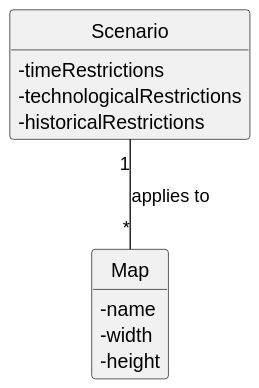
ivasduarte/all-aboard keeps this PlantUML diagram as docs/sprint2/us004/02.analysis/svg/us004-domain-model.svg. Above is the earlier version.
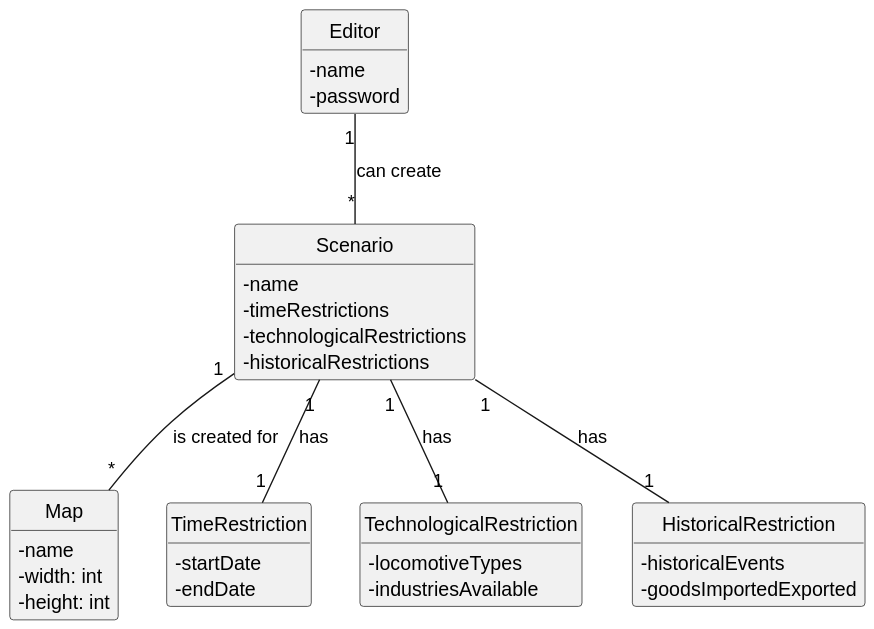
Later version of the same file.

Commit message:
US004(docs): update of DM: addition of classes

- addition of class Map
- addition of class TimeRestriction
- addition of class HistoricalRestriction
- addition of class TechnologicalRestriction

Diff of the diagram source:
```diff
@@ -2,15 +2,18 @@
 skinparam monochrome true
 skinparam packageStyle rectangle
 skinparam shadowing false
-
-
 skinparam classAttributeIconSize 0
 
 hide circle
 hide methods
 
+class Editor {
+  - name
+  - password
+}
 
 class Scenario {
+  - name
   - timeRestrictions
   - technologicalRestrictions
   - historicalRestrictions
@@ -18,9 +21,28 @@
 
 class Map {
   - name
-  - width
-  - height
+  - width: int
+  - height: int
 }
 
-Scenario "1" -- "*" Map : applies to
+class TimeRestriction {
+  - startDate
+  - endDate
+}
+
+class TechnologicalRestriction {
+  - locomotiveTypes
+  - industriesAvailable
+}
+
+class HistoricalRestriction {
+  - historicalEvents
+  - goodsImportedExported
+}
+
+Scenario "1" -- "*" Map : is created for
+Scenario "1" -- "1" TimeRestriction : has
+Scenario "1" -- "1" TechnologicalRestriction : has
+Scenario "1" -- "1" HistoricalRestriction : has
+Editor "1" -- "*" Scenario : can create
 @enduml
```
